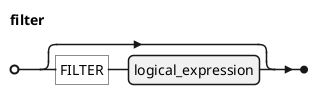
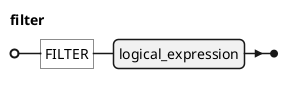
@startebnf
' border and background
skinparam legendBorderColor transparent
skinparam legendBackgroundColor white

'title select

- filter = ["FILTER", logical_expression]
+ filter = "FILTER", logical_expression
;

@endebnf
